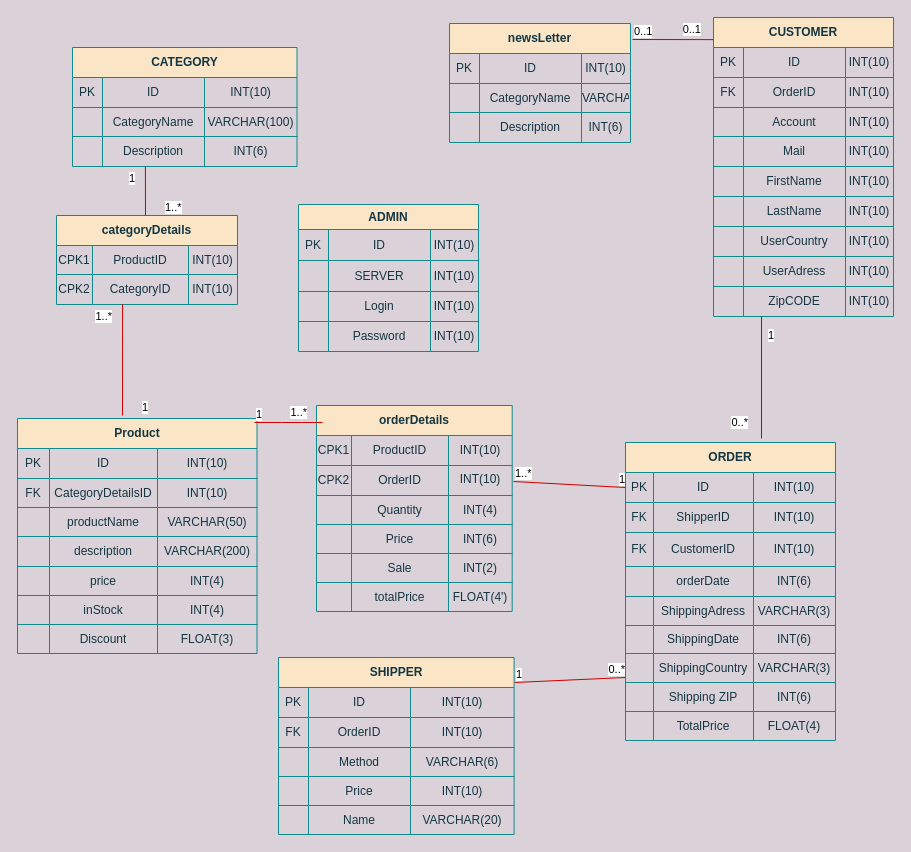
This is fysisktDiagram.drawio from TechWithRyan/Webbshop, a draw.io file, before an edit. Source tidied: cells renumbered, new cells numbered last; positions are measured from the earlier drawing's top-left corner, leaving out a move shared by most shapes. Both pictures are drawn from the tidied source at 100%, with x=0, y=0 at pixel (17, 17).
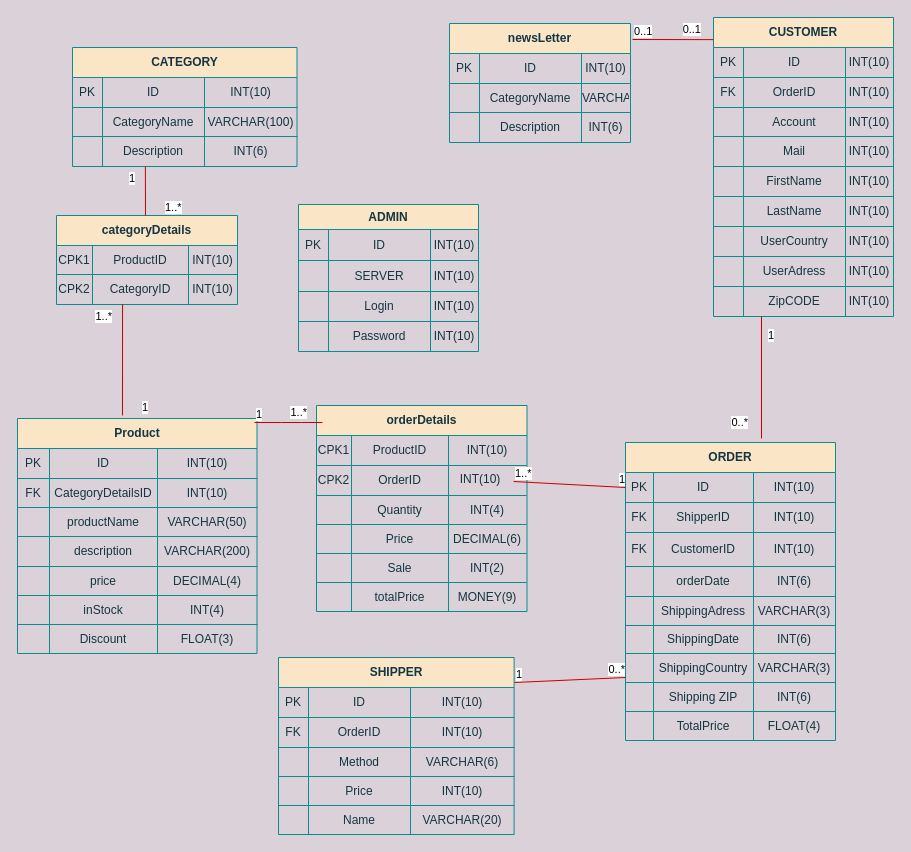
After the change.

Commit message:
CPK price totalprice

The change refers to these unchanged cells:
```xml
<mxCell id="19" style="shape=partialRectangle;html=1;whiteSpace=wrap;fillColor=none;top=0;left=0;bottom=0;right=0;strokeColor=#0F8B8D;fontColor=#143642;" parent="2" vertex="1">
  <mxGeometry y="148" width="239.5" height="29" as="geometry" />
</mxCell>
```

What changed in the source:
```diff
@@
-    <mxCell id="22" value="&lt;span&gt;INT(4)&lt;/span&gt;" style="shape=partialRectangle;html=1;whiteSpace=wrap;fillColor=none;top=0;left=0;bottom=0;right=0;overflow=hidden;strokeColor=#0F8B8D;fontColor=#143642;" parent="19" vertex="1">
+    <mxCell id="22" value="&lt;span&gt;DECIMAL(4)&lt;/span&gt;" style="shape=partialRectangle;html=1;whiteSpace=wrap;fillColor=none;top=0;left=0;bottom=0;right=0;overflow=hidden;strokeColor=#0F8B8D;fontColor=#143642;" parent="19" vertex="1">
       <mxGeometry x="140" width="100" height="29" as="geometry" />
     </mxCell>
@@
     <mxCell id="169" value="orderDetails" style="shape=table;html=1;whiteSpace=wrap;startSize=30;childLayout=tableLayout;fontStyle=1;align=center;fillColor=#FAE5C7;strokeColor=#0F8B8D;fontColor=#143642;" parent="1" vertex="1">
-      <mxGeometry x="299" y="388" width="195.7" height="206" as="geometry" />
+      <mxGeometry x="299" y="388" width="210.5" height="206" as="geometry" />
     </mxCell>
     <mxCell id="170" style="shape=partialRectangle;html=1;whiteSpace=wrap;fillColor=none;top=0;left=0;bottom=0;right=0;strokeColor=#0F8B8D;fontColor=#143642;" parent="169" vertex="1">
-      <mxGeometry y="30" width="195.7" height="30" as="geometry" />
+      <mxGeometry y="30" width="210.5" height="30" as="geometry" />
     </mxCell>
@@
     <mxCell id="173" value="INT(10)" style="shape=partialRectangle;html=1;whiteSpace=wrap;fillColor=none;top=0;left=0;bottom=0;right=0;overflow=hidden;strokeColor=#0F8B8D;fontColor=#143642;" parent="170" vertex="1">
-      <mxGeometry x="132" width="64" height="30" as="geometry" />
+      <mxGeometry x="132" width="78" height="30" as="geometry" />
     </mxCell>
     <mxCell id="174" style="shape=partialRectangle;html=1;whiteSpace=wrap;fillColor=none;top=0;left=0;bottom=0;right=0;strokeColor=#0F8B8D;fontColor=#143642;" parent="169" vertex="1">
-      <mxGeometry y="60" width="195.7" height="30" as="geometry" />
+      <mxGeometry y="60" width="210.5" height="30" as="geometry" />
     </mxCell>
@@
     <mxCell id="177" style="shape=partialRectangle;html=1;whiteSpace=wrap;fillColor=none;top=0;left=0;bottom=0;right=0;overflow=hidden;strokeColor=#0F8B8D;fontColor=#143642;" parent="174" vertex="1">
-      <mxGeometry x="132" width="64" height="30" as="geometry" />
+      <mxGeometry x="132" width="78" height="30" as="geometry" />
     </mxCell>
     <mxCell id="178" style="shape=partialRectangle;html=1;whiteSpace=wrap;fillColor=none;top=0;left=0;bottom=0;right=0;strokeColor=#0F8B8D;fontColor=#143642;" parent="169" vertex="1">
-      <mxGeometry y="90" width="195.7" height="29" as="geometry" />
+      <mxGeometry y="90" width="210.5" height="29" as="geometry" />
     </mxCell>
@@
     <mxCell id="181" value="INT(4)" style="shape=partialRectangle;html=1;whiteSpace=wrap;fillColor=none;top=0;left=0;bottom=0;right=0;overflow=hidden;strokeColor=#0F8B8D;fontColor=#143642;" parent="178" vertex="1">
-      <mxGeometry x="132" width="64" height="29" as="geometry" />
+      <mxGeometry x="132" width="78" height="29" as="geometry" />
     </mxCell>
     <mxCell id="182" style="shape=partialRectangle;html=1;whiteSpace=wrap;fillColor=none;top=0;left=0;bottom=0;right=0;strokeColor=#0F8B8D;fontColor=#143642;" parent="169" vertex="1">
-      <mxGeometry y="119" width="195.7" height="29" as="geometry" />
+      <mxGeometry y="119" width="210.5" height="29" as="geometry" />
     </mxCell>
@@
-    <mxCell id="185" value="&lt;span&gt;INT(6)&lt;/span&gt;" style="shape=partialRectangle;html=1;whiteSpace=wrap;fillColor=none;top=0;left=0;bottom=0;right=0;overflow=hidden;strokeColor=#0F8B8D;fontColor=#143642;" parent="182" vertex="1">
-      <mxGeometry x="132" width="64" height="29" as="geometry" />
+    <mxCell id="185" value="&lt;span&gt;DECIMAL(6)&lt;/span&gt;" style="shape=partialRectangle;html=1;whiteSpace=wrap;fillColor=none;top=0;left=0;bottom=0;right=0;overflow=hidden;strokeColor=#0F8B8D;fontColor=#143642;" parent="182" vertex="1">
+      <mxGeometry x="132" width="78" height="29" as="geometry" />
     </mxCell>
     <mxCell id="186" style="shape=partialRectangle;html=1;whiteSpace=wrap;fillColor=none;top=0;left=0;bottom=0;right=0;strokeColor=#0F8B8D;fontColor=#143642;" parent="169" vertex="1">
-      <mxGeometry y="148" width="195.7" height="29" as="geometry" />
+      <mxGeometry y="148" width="210.5" height="29" as="geometry" />
     </mxCell>
@@
     <mxCell id="189" value="INT(2)" style="shape=partialRectangle;html=1;whiteSpace=wrap;fillColor=none;top=0;left=0;bottom=0;right=0;overflow=hidden;strokeColor=#0F8B8D;fontColor=#143642;" parent="186" vertex="1">
-      <mxGeometry x="132" width="64" height="29" as="geometry" />
+      <mxGeometry x="132" width="78" height="29" as="geometry" />
     </mxCell>
     <mxCell id="190" style="shape=partialRectangle;html=1;whiteSpace=wrap;fillColor=none;top=0;left=0;bottom=0;right=0;strokeColor=#0F8B8D;fontColor=#143642;" parent="169" vertex="1">
-      <mxGeometry y="177" width="195.7" height="29" as="geometry" />
+      <mxGeometry y="177" width="210.5" height="29" as="geometry" />
     </mxCell>
@@
-    <mxCell id="193" value="FLOAT(4')" style="shape=partialRectangle;html=1;whiteSpace=wrap;fillColor=none;top=0;left=0;bottom=0;right=0;overflow=hidden;strokeColor=#0F8B8D;fontColor=#143642;" parent="190" vertex="1">
-      <mxGeometry x="132" width="64" height="29" as="geometry" />
+    <mxCell id="193" value="MONEY(9)" style="shape=partialRectangle;html=1;whiteSpace=wrap;fillColor=none;top=0;left=0;bottom=0;right=0;overflow=hidden;strokeColor=#0F8B8D;fontColor=#143642;" parent="190" vertex="1">
+      <mxGeometry x="132" width="78" height="29" as="geometry" />
     </mxCell>
```
